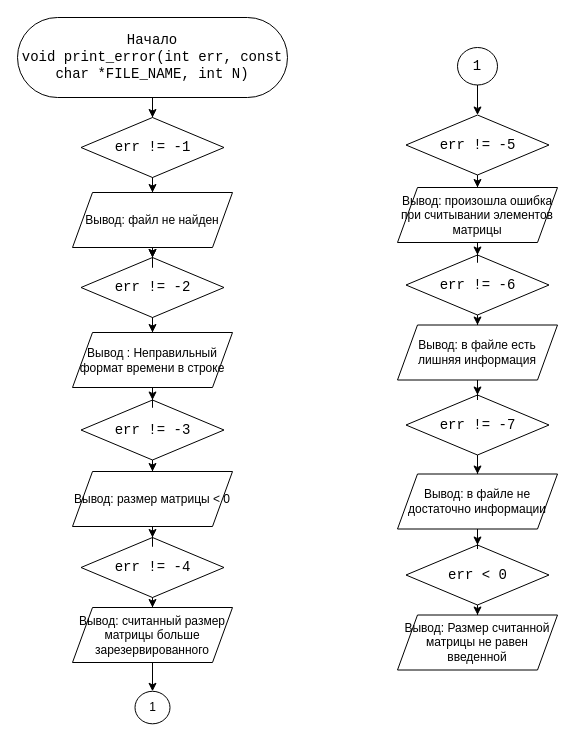
The draw.io diagram Курсовая/Reports/Схема Курсовая.drawio in ZeroD1vision/Programming, before the edit. Source tidied: cells renumbered, new cells numbered last; positions are measured from the earlier drawing's top-left corner, leaving out a move shared by most shapes. Both pictures are drawn from the tidied source at 100%, with x=0, y=0 at pixel (17, 17).
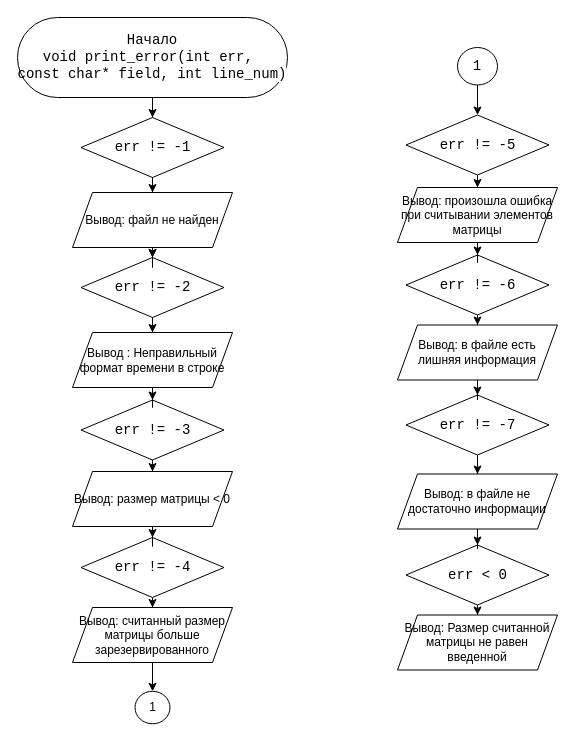
The same diagram, later.

Commit message (it also covers changes not shown here):
Не по бабке, кроме схем

Diff of the diagram source:
```diff
@@
-    <mxCell id="3" value="&lt;font style=&quot;color: rgb(0, 0, 0); background-color: light-dark(#ffffff, var(--ge-dark-color, #121212));&quot;&gt;Начало&lt;/font&gt;&lt;div&gt;&lt;font style=&quot;background-color: light-dark(#ffffff, var(--ge-dark-color, #121212)); color: rgb(0, 0, 0);&quot;&gt;void print_error(int err, const char *FILE_NAME, int N)&lt;/font&gt;&lt;/div&gt;" style="rounded=1;whiteSpace=wrap;html=1;arcSize=50;fontFamily=Consolas;fontSize=14;" parent="1" vertex="1">
+    <mxCell id="3" value="&lt;font style=&quot;color: rgb(0, 0, 0); background-color: light-dark(#ffffff, var(--ge-dark-color, #121212));&quot;&gt;Начало&lt;/font&gt;&lt;div&gt;&lt;font&gt;&lt;font style=&quot;color: rgb(0, 0, 0);&quot;&gt;void print_error(&lt;/font&gt;&lt;span&gt;&lt;font style=&quot;color: rgb(0, 0, 0);&quot;&gt;&lt;span style=&quot;font-family: Consolas, &amp;quot;Courier New&amp;quot;, monospace; white-space: pre;&quot;&gt;int&lt;/span&gt;&lt;span style=&quot;font-family: Consolas, &amp;quot;Courier New&amp;quot;, monospace; white-space: pre;&quot;&gt; &lt;/span&gt;&lt;span style=&quot;font-family: Consolas, &amp;quot;Courier New&amp;quot;, monospace; white-space: pre;&quot;&gt;err&lt;/span&gt;&lt;span style=&quot;font-family: Consolas, &amp;quot;Courier New&amp;quot;, monospace; white-space: pre;&quot;&gt;, &lt;/span&gt;&lt;/font&gt;&lt;/span&gt;&lt;/font&gt;&lt;/div&gt;&lt;div&gt;&lt;font&gt;&lt;span&gt;&lt;font style=&quot;color: rgb(0, 0, 0);&quot;&gt;&lt;span style=&quot;font-family: Consolas, &amp;quot;Courier New&amp;quot;, monospace; white-space: pre;&quot;&gt;const&lt;/span&gt;&lt;span style=&quot;font-family: Consolas, &amp;quot;Courier New&amp;quot;, monospace; white-space: pre;&quot;&gt; &lt;/span&gt;&lt;span style=&quot;font-family: Consolas, &amp;quot;Courier New&amp;quot;, monospace; white-space: pre;&quot;&gt;char*&lt;/span&gt;&lt;span style=&quot;font-family: Consolas, &amp;quot;Courier New&amp;quot;, monospace; white-space: pre;&quot;&gt; &lt;/span&gt;&lt;span style=&quot;font-family: Consolas, &amp;quot;Courier New&amp;quot;, monospace; white-space: pre;&quot;&gt;field&lt;/span&gt;&lt;span style=&quot;font-family: Consolas, &amp;quot;Courier New&amp;quot;, monospace; white-space: pre;&quot;&gt;, &lt;/span&gt;&lt;span style=&quot;font-family: Consolas, &amp;quot;Courier New&amp;quot;, monospace; white-space: pre;&quot;&gt;int&lt;/span&gt;&lt;span style=&quot;font-family: Consolas, &amp;quot;Courier New&amp;quot;, monospace; white-space: pre;&quot;&gt; &lt;/span&gt;&lt;span style=&quot;font-family: Consolas, &amp;quot;Courier New&amp;quot;, monospace; white-space: pre;&quot;&gt;line_num&lt;/span&gt;&lt;/font&gt;&lt;/span&gt;&lt;/font&gt;&lt;span style=&quot;background-color: light-dark(#ffffff, var(--ge-dark-color, #121212)); color: light-dark(rgb(0, 0, 0), rgb(237, 237, 237));&quot;&gt;)&lt;/span&gt;&lt;/div&gt;" style="rounded=1;whiteSpace=wrap;html=1;arcSize=50;fontFamily=Consolas;fontSize=14;" parent="1" vertex="1">
       <mxGeometry width="270" height="80" as="geometry" />
     </mxCell>
```
